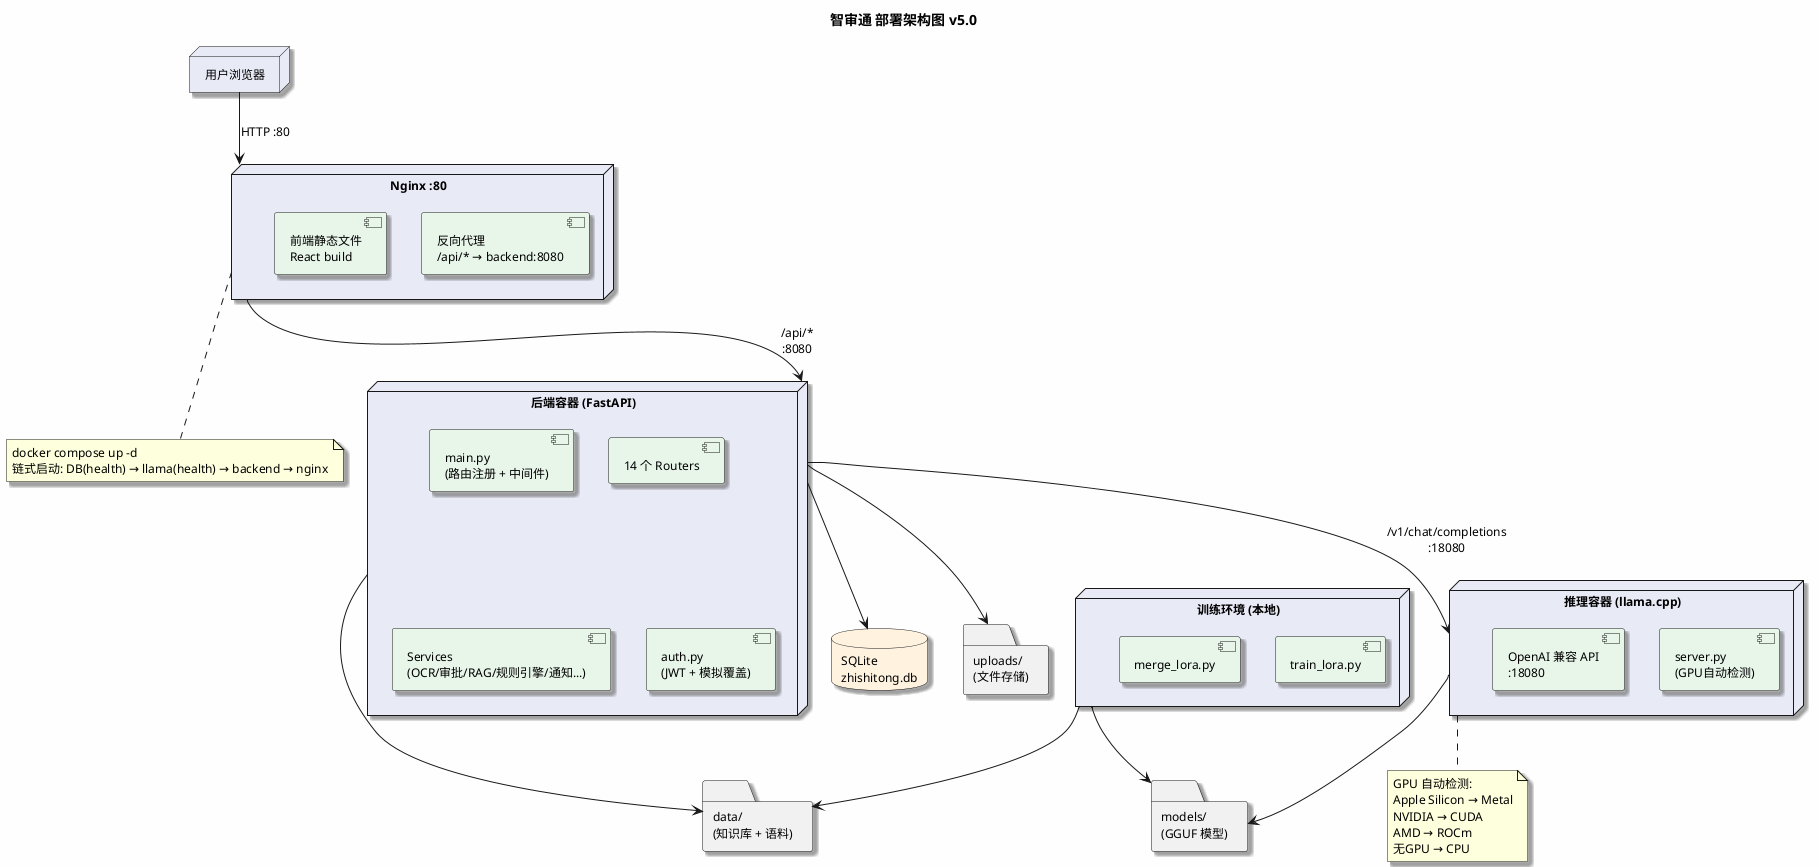
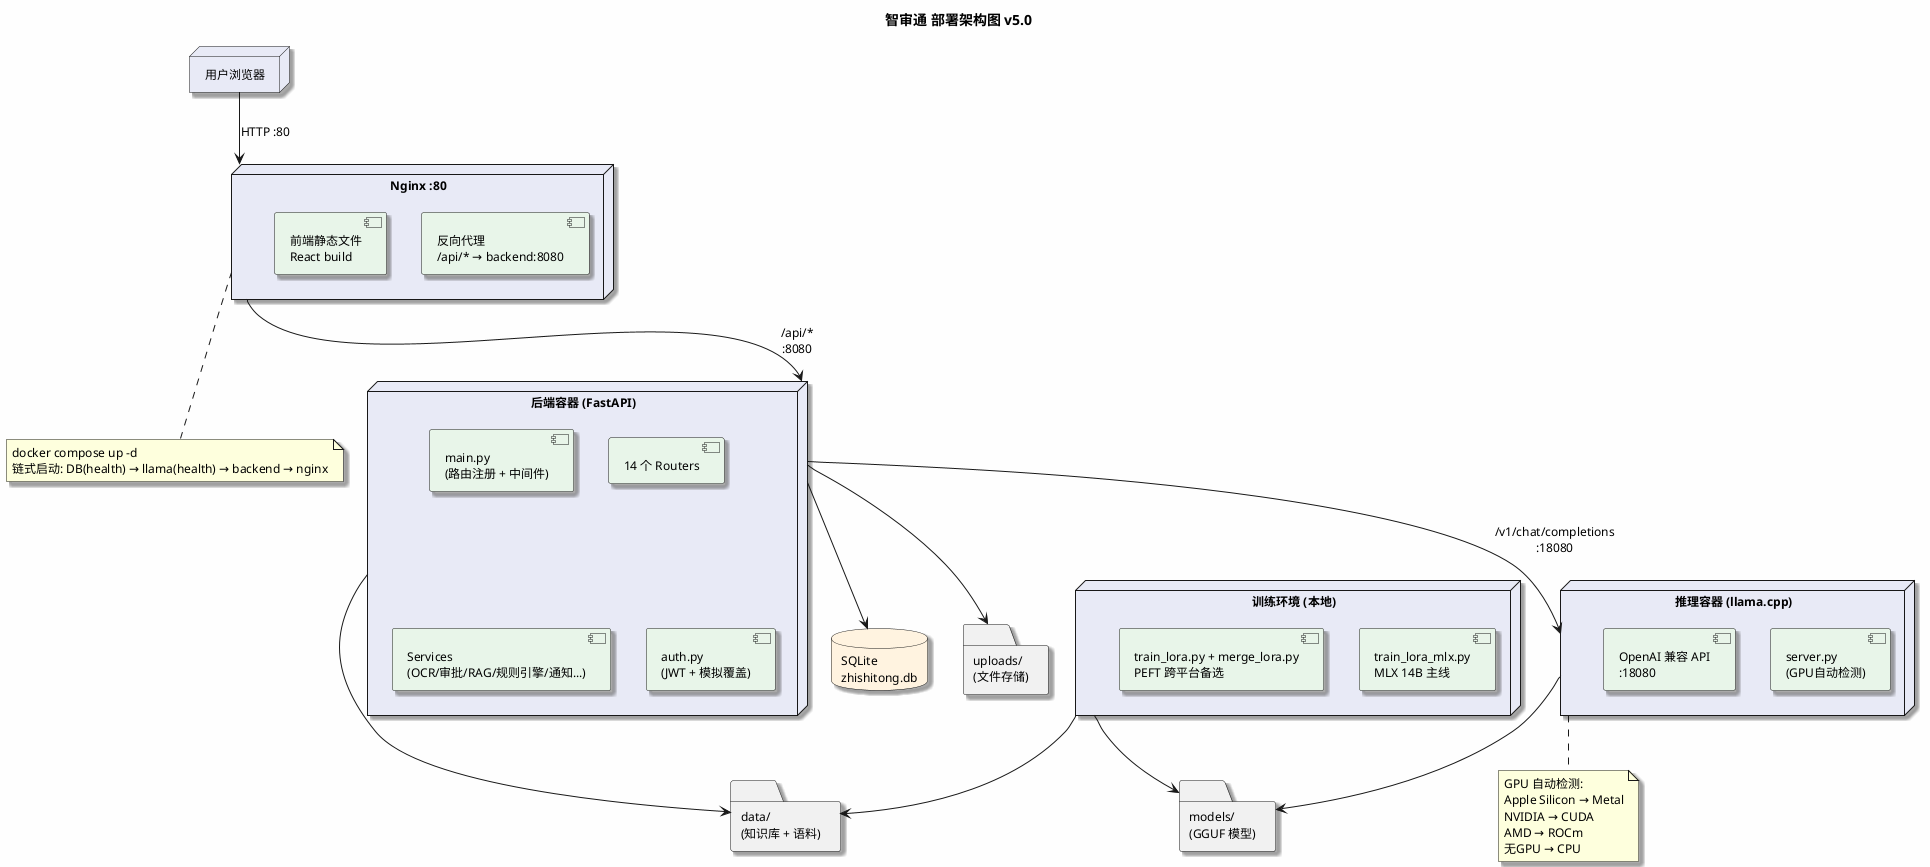
@startuml 智审通部署架构图
' ============================================================
' 智审通 — 部署架构图（方案 B：多容器）
' ============================================================

skinparam backgroundColor #FEFEFE
skinparam defaultFontSize 12
skinparam shadowing true
skinparam nodeBackgroundColor #E8EAF6
skinparam databaseBackgroundColor #FFF3E0
skinparam componentBackgroundColor #E8F5E9

title 智审通 部署架构图 v5.0

node "用户浏览器" as Browser {
}

node "Nginx :80" as Nginx {
  component "反向代理\n/api/* → backend:8080" as Proxy
  component "前端静态文件\nReact build" as Static
}

node "后端容器 (FastAPI)" as Backend {
  component "main.py\n(路由注册 + 中间件)" as Main
  component "14 个 Routers" as Routers
  component "Services\n(OCR/审批/RAG/规则引擎/通知...)" as Svc
  component "auth.py\n(JWT + 模拟覆盖)" as Auth
}

node "推理容器 (llama.cpp)" as Inference {
  component "server.py\n(GPU自动检测)" as Server
  component "OpenAI 兼容 API\n:18080" as API
}

node "训练环境 (本地)" as Training {
-   component "train_lora.py" as Train
-   component "merge_lora.py" as Merge
+   component "train_lora_mlx.py\nMLX 14B 主线" as Train
+   component "train_lora.py + merge_lora.py\nPEFT 跨平台备选" as Merge
}

database "SQLite\nzhishitong.db" as DB
folder "uploads/\n(文件存储)" as Uploads
folder "models/\n(GGUF 模型)" as Models
folder "data/\n(知识库 + 语料)" as Data

Browser --> Nginx : HTTP :80
Nginx --> Backend : /api/*\n:8080
Backend --> Inference : /v1/chat/completions\n:18080
Backend --> DB
Backend --> Uploads
Inference --> Models
Backend --> Data
Training --> Models
Training --> Data

note bottom of Nginx
  docker compose up -d
  链式启动: DB(health) → llama(health) → backend → nginx
end note

note bottom of Inference
  GPU 自动检测:
  Apple Silicon → Metal
  NVIDIA → CUDA
  AMD → ROCm
  无GPU → CPU
end note

@enduml
